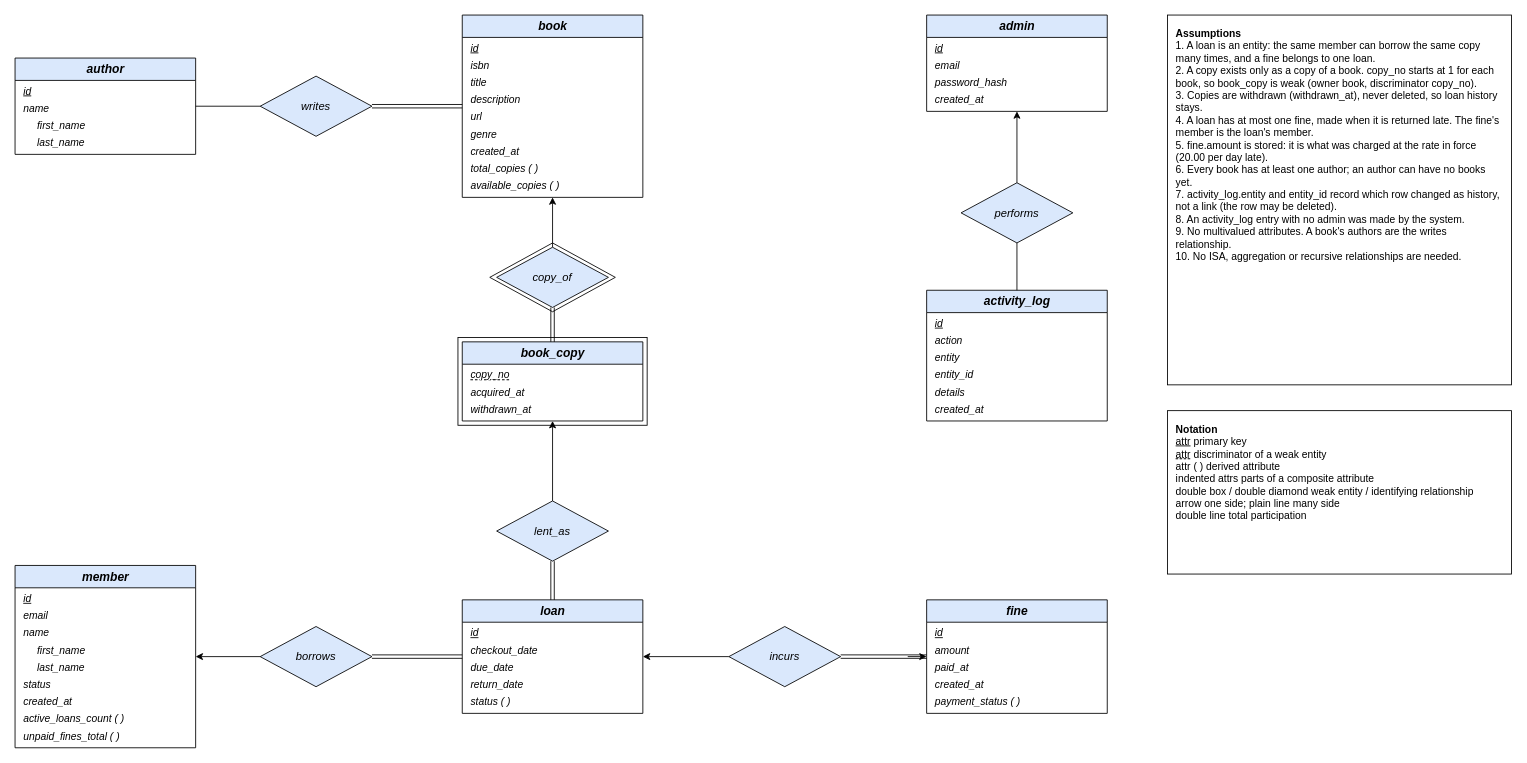
This is page "ER diagram" (1 of 2) of docs/er-diagram.drawio from Jasehhh/LibExpress, a draw.io file, before an edit. Source tidied: cells renumbered, new cells numbered last; positions are measured from the earlier drawing's top-left corner, leaving out a move shared by most shapes. Both pictures are drawn from the tidied source at 86%, with x=0, y=0 at pixel (15, 15).
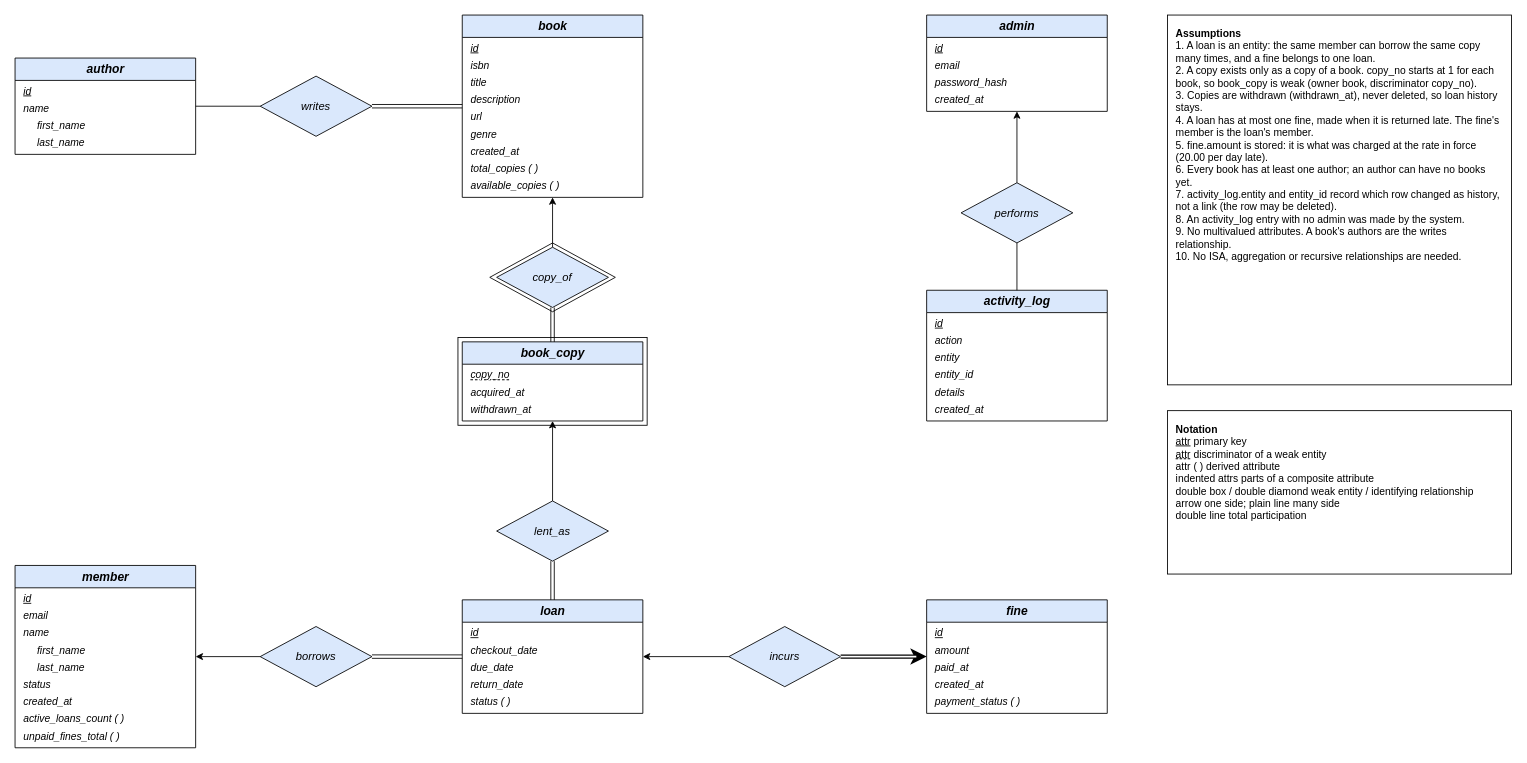
The same diagram, later.

Unchanged cells that the change refers to:
```xml
<mxCell id="43" value="&lt;i&gt;fine&lt;/i&gt;" style="swimlane;html=1;startSize=26;fillColor=#dae8fc;fontStyle=1;fontSize=14;swimlaneLine=1;rounded=0;" parent="1" vertex="1">
  <mxGeometry x="1060" y="680" width="210" height="132" as="geometry" />
</mxCell>
<mxCell id="69" value="&lt;i&gt;incurs&lt;/i&gt;" style="rhombus;whiteSpace=wrap;html=1;fillColor=#dae8fc;fontSize=13;" parent="1" vertex="1">
  <mxGeometry x="830" y="711" width="130" height="70" as="geometry" />
</mxCell>
```

Diff of the diagram source:
```diff
@@
-    <mxCell id="71" style="shape=link;html=1;rounded=0;width=4;" parent="1" edge="1" source="69" target="43">
+    <mxCell id="71" style="endArrow=classic;endFill=1;endSize=3;strokeWidth=5;html=1;rounded=0;" parent="1" edge="1" source="69" target="43">
       <mxGeometry relative="1" as="geometry" />
     </mxCell>
-    <mxCell id="72" style="endArrow=classic;endFill=1;html=1;strokeWidth=1;" parent="1" edge="1">
-      <mxGeometry relative="1" as="geometry">
-        <mxPoint x="1038" y="746" as="sourcePoint" />
-        <mxPoint x="1060" y="746" as="targetPoint" />
-      </mxGeometry>
+    <mxCell id="72" style="endArrow=none;strokeWidth=2;strokeColor=#ffffff;html=1;rounded=0;targetPerimeterSpacing=12;" parent="1" edge="1" source="69" target="43">
+      <mxGeometry relative="1" as="geometry" />
     </mxCell>
```
